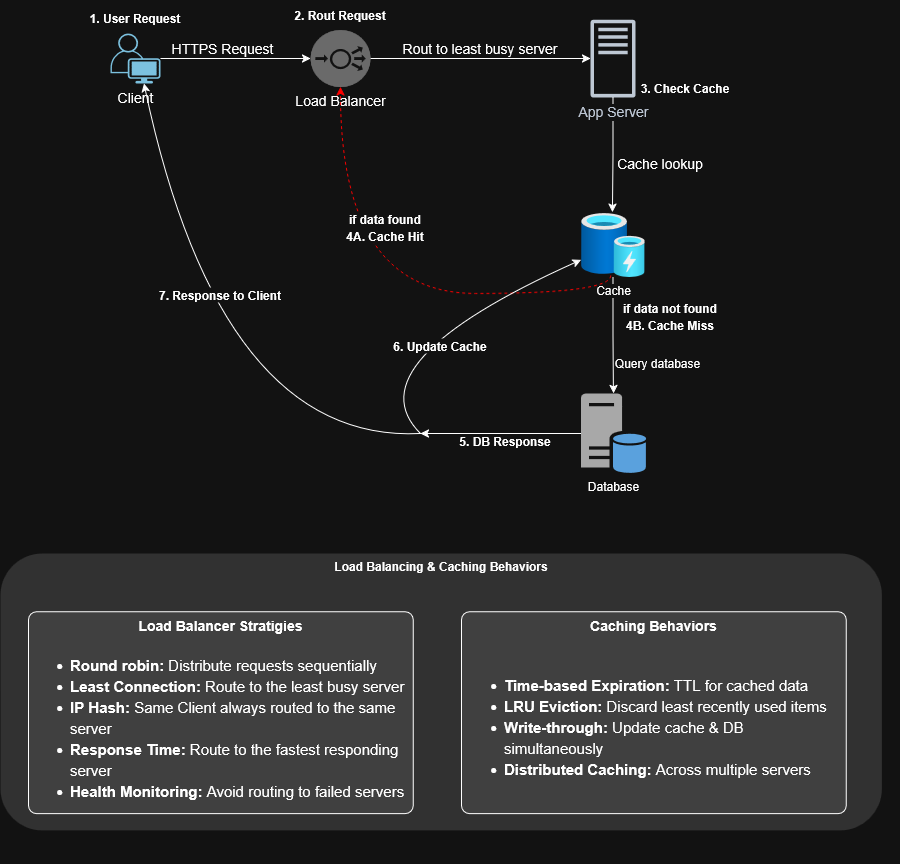
This is Part-One/BankingSystem-WorkflowArchitecture.drawio.png from rasha-2k/OnlineBankingSystem-SoftwareArchitecture, a draw.io export, as it was before one commit. Source tidied: cells renumbered, new cells last; positions are measured from the earlier drawing's top-left corner, leaving out a move shared by most shapes.
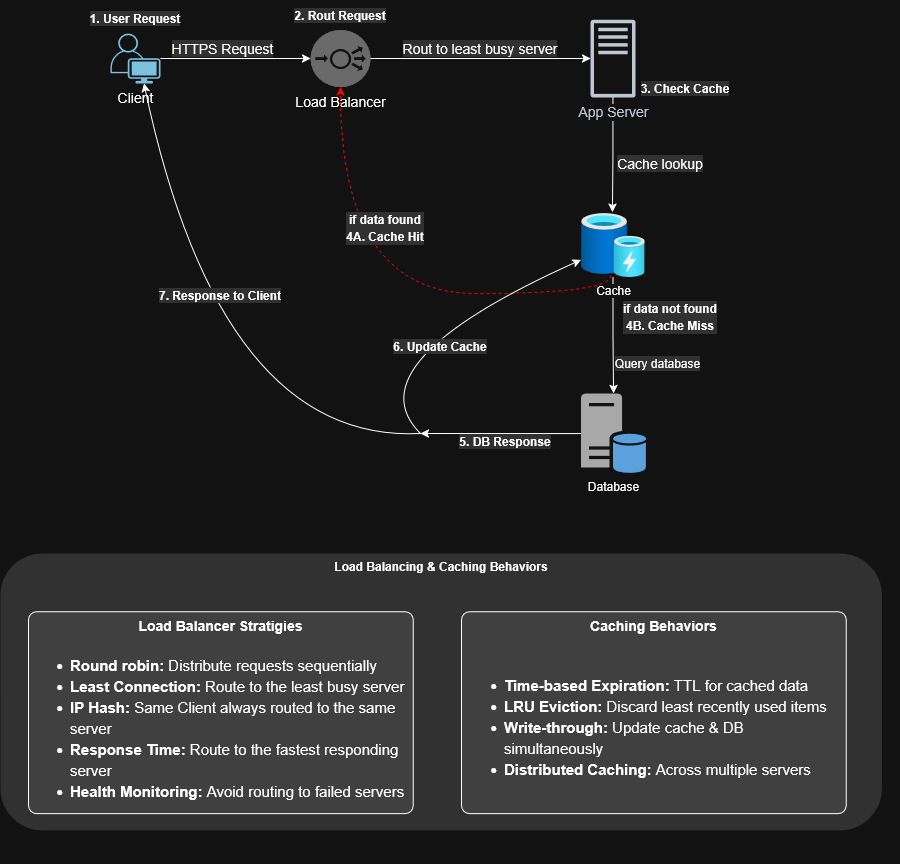
Above is the later version.

Commit message:
Fix some labels' layout

The edit, as a diff of the source:
```diff
@@ -11,16 +11,16 @@
     <mxCell id="4" value="&lt;font style=&quot;font-size: 14px;&quot;&gt;Client&lt;/font&gt;" style="points=[[0.35,0,0],[0.98,0.51,0],[1,0.71,0],[0.67,1,0],[0,0.795,0],[0,0.65,0]];verticalLabelPosition=bottom;sketch=0;html=1;verticalAlign=top;align=center;shape=mxgraph.cisco19.user;fillColor=#005073;strokeColor=none;" parent="1" vertex="1">
       <mxGeometry x="110" y="34" width="50" height="50" as="geometry" />
     </mxCell>
-    <mxCell id="5" value="&lt;b&gt;1. User Request&lt;/b&gt;" style="text;strokeColor=none;align=center;fillColor=none;html=1;verticalAlign=middle;whiteSpace=wrap;rounded=0;" parent="1" vertex="1">
+    <mxCell id="5" value="&lt;b&gt;1. User Request&lt;/b&gt;" style="text;strokeColor=none;align=center;fillColor=none;html=1;verticalAlign=middle;whiteSpace=wrap;rounded=0;labelBackgroundColor=light-dark(#FFFFFF,#313131);" parent="1" vertex="1">
       <mxGeometry x="85" y="4" width="100" height="30" as="geometry" />
     </mxCell>
-    <mxCell id="6" value="&lt;font style=&quot;font-size: 14px;&quot;&gt;&lt;span&gt;HTTPS Request&lt;/span&gt;&lt;/font&gt;" style="text;strokeColor=none;align=center;fillColor=none;html=1;verticalAlign=middle;whiteSpace=wrap;rounded=0;fontStyle=0;" parent="1" vertex="1">
+    <mxCell id="6" value="&lt;font style=&quot;font-size: 14px;&quot;&gt;&lt;span&gt;HTTPS Request&lt;/span&gt;&lt;/font&gt;" style="text;strokeColor=none;align=center;fillColor=none;html=1;verticalAlign=middle;whiteSpace=wrap;rounded=0;fontStyle=0;labelBackgroundColor=light-dark(#FFFFFF,#313131);" parent="1" vertex="1">
       <mxGeometry x="170" y="34" width="105" height="30" as="geometry" />
     </mxCell>
-    <mxCell id="7" value="&lt;b&gt;2. Rout Request&lt;/b&gt;" style="text;strokeColor=none;align=center;fillColor=none;html=1;verticalAlign=middle;whiteSpace=wrap;rounded=0;" parent="1" vertex="1">
+    <mxCell id="7" value="&lt;b&gt;2. Rout Request&lt;/b&gt;" style="text;strokeColor=none;align=center;fillColor=none;html=1;verticalAlign=middle;whiteSpace=wrap;rounded=0;labelBackgroundColor=light-dark(#FFFFFF,#313131);" parent="1" vertex="1">
       <mxGeometry x="290" y="0.5" width="100" height="30" as="geometry" />
     </mxCell>
-    <mxCell id="8" value="&lt;font style=&quot;font-size: 14px;&quot;&gt;Rout to least busy server&lt;/font&gt;" style="text;strokeColor=none;align=center;fillColor=none;html=1;verticalAlign=middle;whiteSpace=wrap;rounded=0;fontStyle=0;" parent="1" vertex="1">
+    <mxCell id="8" value="&lt;font style=&quot;font-size: 14px;&quot;&gt;Rout to least busy server&lt;/font&gt;" style="text;strokeColor=none;align=center;fillColor=none;html=1;verticalAlign=middle;whiteSpace=wrap;rounded=0;fontStyle=0;labelBackgroundColor=light-dark(#FFFFFF,#313131);" parent="1" vertex="1">
       <mxGeometry x="400" y="39" width="160" height="20" as="geometry" />
     </mxCell>
     <mxCell id="9" style="edgeStyle=orthogonalEdgeStyle;rounded=0;jettySize=auto;html=1;entryX=0.492;entryY=-0.022;entryDx=0;entryDy=0;entryPerimeter=0;" parent="1" edge="1" source="10" target="14">
@@ -29,10 +29,10 @@
     <mxCell id="10" value="&lt;font style=&quot;font-size: 14px;&quot;&gt;App Server&lt;/font&gt;" style="sketch=0;outlineConnect=0;fontColor=#232F3E;gradientColor=none;fillColor=#232F3D;strokeColor=none;dashed=0;verticalLabelPosition=bottom;verticalAlign=top;align=center;html=1;fontSize=12;fontStyle=0;shape=mxgraph.aws4.traditional_server;labelBackgroundColor=default;" parent="1" vertex="1">
       <mxGeometry x="590" y="20" width="45" height="78" as="geometry" />
     </mxCell>
-    <mxCell id="11" value="&lt;b&gt;3. Check Cache&lt;/b&gt;" style="text;strokeColor=none;align=center;fillColor=none;html=1;verticalAlign=middle;whiteSpace=wrap;rounded=0;fontSize=12;" parent="1" vertex="1">
+    <mxCell id="11" value="&lt;b&gt;3. Check Cache&lt;/b&gt;" style="text;strokeColor=none;align=center;fillColor=none;html=1;verticalAlign=middle;whiteSpace=wrap;rounded=0;fontSize=12;labelBackgroundColor=light-dark(#FFFFFF,#313131);" parent="1" vertex="1">
       <mxGeometry x="635" y="74" width="100" height="30" as="geometry" />
     </mxCell>
-    <mxCell id="12" value="Cache lookup" style="text;strokeColor=none;align=center;fillColor=none;html=1;verticalAlign=middle;whiteSpace=wrap;rounded=0;fontStyle=0;fontSize=14;" parent="1" vertex="1">
+    <mxCell id="12" value="Cache lookup" style="text;strokeColor=none;align=center;fillColor=none;html=1;verticalAlign=middle;whiteSpace=wrap;rounded=0;fontStyle=0;fontSize=14;labelBackgroundColor=light-dark(#FFFFFF,#313131);" parent="1" vertex="1">
       <mxGeometry x="615" y="154" width="90" height="20" as="geometry" />
     </mxCell>
     <mxCell id="13" style="edgeStyle=orthogonalEdgeStyle;rounded=0;jettySize=auto;html=1;" parent="1" edge="1" source="14" target="21">
@@ -41,7 +41,7 @@
     <mxCell id="14" value="Cache" style="image;html=1;points=[];align=center;fontSize=12;image=img/lib/azure2/general/Cache.svg;labelBackgroundColor=default;" parent="1" vertex="1">
       <mxGeometry x="580.5" y="214" width="64" height="64" as="geometry" />
     </mxCell>
-    <mxCell id="15" value="Query database" style="text;strokeColor=none;align=center;fillColor=none;html=1;verticalAlign=middle;whiteSpace=wrap;rounded=0;fontStyle=0;" parent="1" vertex="1">
+    <mxCell id="15" value="Query database" style="text;strokeColor=none;align=center;fillColor=none;html=1;verticalAlign=middle;whiteSpace=wrap;rounded=0;fontStyle=0;labelBackgroundColor=light-dark(#FFFFFF,#313131);" parent="1" vertex="1">
       <mxGeometry x="610" y="354" width="95" height="20" as="geometry" />
     </mxCell>
     <mxCell id="16" value="&lt;font style=&quot;font-size: 14px;&quot;&gt;Load Balancer&lt;/font&gt;" style="fillColor=#999999;verticalLabelPosition=bottom;sketch=0;html=1;strokeColor=#ffffff;verticalAlign=top;align=center;points=[[0.145,0.145,0],[0.5,0,0],[0.855,0.145,0],[1,0.5,0],[0.855,0.855,0],[0.5,1,0],[0.145,0.855,0],[0,0.5,0]];shape=mxgraph.cisco_safe.compositeIcon;bgIcon=ellipse;resIcon=mxgraph.cisco_safe.capability.load_balancer;fontSize=12;labelBackgroundColor=default;" parent="1" vertex="1">
@@ -55,10 +55,10 @@
         </Array>
       </mxGeometry>
     </mxCell>
-    <mxCell id="18" value="&lt;div style=&quot;line-height: 140%;&quot;&gt;if data found&lt;br&gt;4A. Cache Hit&lt;/div&gt;" style="text;strokeColor=none;align=center;fillColor=default;html=1;verticalAlign=middle;whiteSpace=wrap;rounded=0;fontStyle=1;fontSize=12;" parent="1" vertex="1">
+    <mxCell id="18" value="&lt;div style=&quot;line-height: 140%;&quot;&gt;if data found&lt;br&gt;4A. Cache Hit&lt;/div&gt;" style="text;strokeColor=none;align=center;fillColor=default;html=1;verticalAlign=middle;whiteSpace=wrap;rounded=0;fontStyle=1;fontSize=12;labelBackgroundColor=light-dark(#FFFFFF,#313131);" parent="1" vertex="1">
       <mxGeometry x="340" y="214" width="90" height="30" as="geometry" />
     </mxCell>
-    <mxCell id="19" value="&lt;div style=&quot;line-height: 140%;&quot;&gt;if data not found&lt;br&gt;4B. Cache Miss&lt;/div&gt;" style="text;strokeColor=none;align=center;fillColor=none;html=1;verticalAlign=middle;whiteSpace=wrap;rounded=0;fontStyle=1;fontSize=12;" parent="1" vertex="1">
+    <mxCell id="19" value="&lt;div style=&quot;line-height: 140%;&quot;&gt;if data not found&lt;br&gt;4B. Cache Miss&lt;/div&gt;" style="text;strokeColor=none;align=center;fillColor=none;html=1;verticalAlign=middle;whiteSpace=wrap;rounded=0;fontStyle=1;fontSize=12;labelBackgroundColor=light-dark(#FFFFFF,#313131);" parent="1" vertex="1">
       <mxGeometry x="615" y="303" width="110" height="30" as="geometry" />
     </mxCell>
     <mxCell id="20" style="edgeStyle=orthogonalEdgeStyle;rounded=0;jettySize=auto;html=1;" parent="1" edge="1" source="21">
@@ -69,7 +69,7 @@
     <mxCell id="21" value="Database" style="sketch=0;shadow=0;dashed=0;html=1;strokeColor=none;fillColor=#505050;labelPosition=center;verticalLabelPosition=bottom;verticalAlign=top;outlineConnect=0;align=center;shape=mxgraph.office.databases.database_server_blue;" parent="1" vertex="1">
       <mxGeometry x="580.5" y="394" width="65" height="80" as="geometry" />
     </mxCell>
-    <mxCell id="22" value="5. DB Response" style="text;strokeColor=none;align=center;fillColor=none;html=1;verticalAlign=middle;whiteSpace=wrap;rounded=0;fontStyle=1;" parent="1" vertex="1">
+    <mxCell id="22" value="5. DB Response" style="text;strokeColor=none;align=center;fillColor=none;html=1;verticalAlign=middle;whiteSpace=wrap;rounded=0;fontStyle=1;labelBackgroundColor=light-dark(#FFFFFF,#313131);" parent="1" vertex="1">
       <mxGeometry x="450" y="434" width="110" height="15" as="geometry" />
     </mxCell>
     <mxCell id="23" style="endArrow=classic;html=1;rounded=0;curved=1;" parent="1" edge="1" target="14">
@@ -80,7 +80,7 @@
         </Array>
       </mxGeometry>
     </mxCell>
-    <mxCell id="24" value="6. Update Cache" style="text;strokeColor=none;align=center;fillColor=default;html=1;verticalAlign=middle;whiteSpace=wrap;rounded=0;fontStyle=1;" parent="1" vertex="1">
+    <mxCell id="24" value="6. Update Cache" style="text;strokeColor=none;align=center;fillColor=default;html=1;verticalAlign=middle;whiteSpace=wrap;rounded=0;fontStyle=1;labelBackgroundColor=light-dark(#FFFFFF,#313131);" parent="1" vertex="1">
       <mxGeometry x="390" y="339" width="100" height="15" as="geometry" />
     </mxCell>
     <mxCell id="25" style="endArrow=classic;html=1;rounded=0;entryX=0.67;entryY=1;entryDx=0;entryDy=0;entryPerimeter=0;curved=1;" parent="1" edge="1" target="4">
@@ -91,7 +91,7 @@
         </Array>
       </mxGeometry>
     </mxCell>
-    <mxCell id="26" value="7. Response to Client" style="text;strokeColor=none;align=center;fillColor=default;html=1;verticalAlign=middle;whiteSpace=wrap;rounded=0;fontStyle=1;" parent="1" vertex="1">
+    <mxCell id="26" value="7. Response to Client" style="text;strokeColor=none;align=center;fillColor=default;html=1;verticalAlign=middle;whiteSpace=wrap;rounded=0;fontStyle=1;labelBackgroundColor=light-dark(#FFFFFF,#313131);" parent="1" vertex="1">
       <mxGeometry x="150" y="288" width="140" height="15" as="geometry" />
     </mxCell>
     <mxCell id="27" style="group;labelBorderColor=none;strokeColor=none;" parent="1" vertex="1">
```
